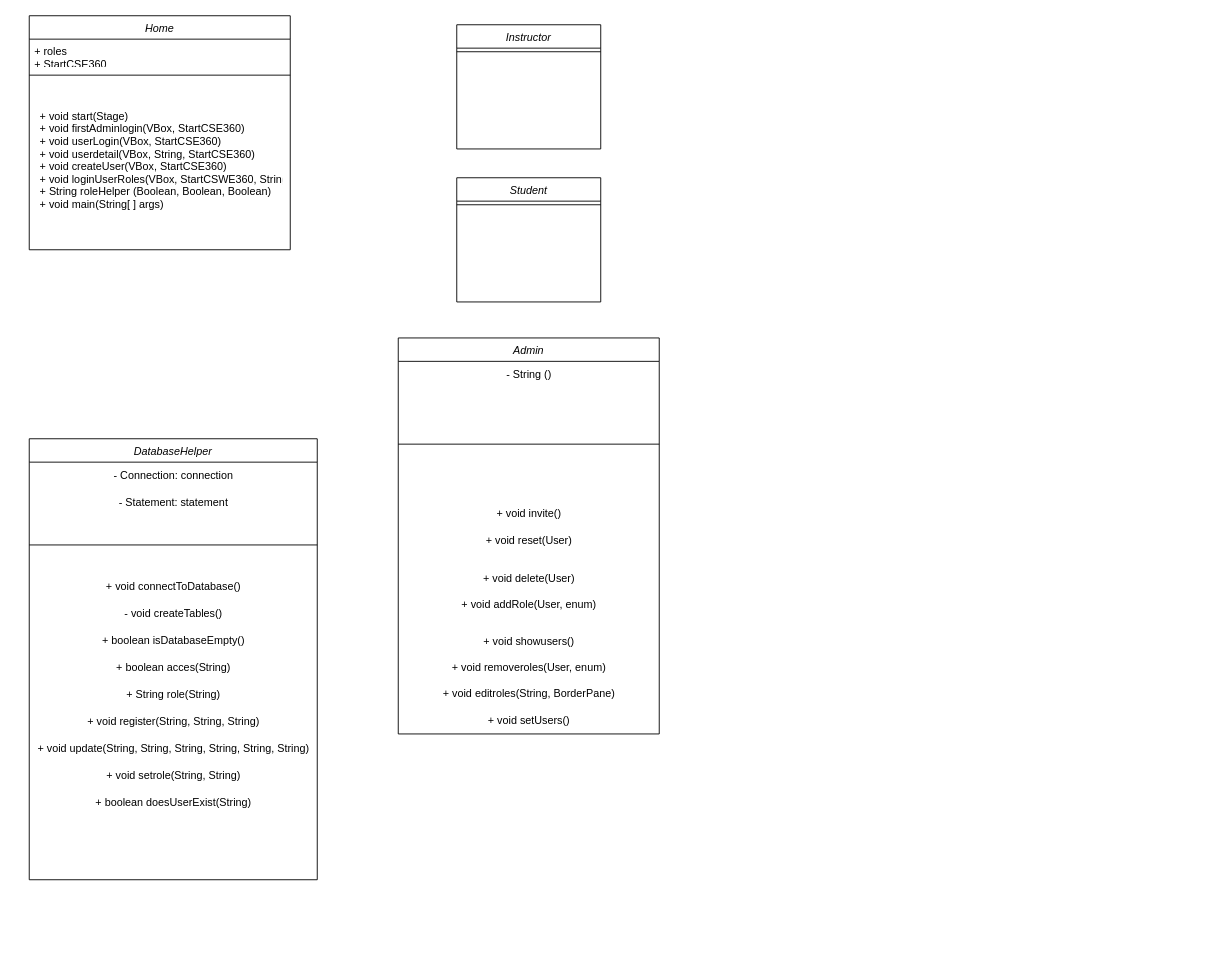
The draw.io diagram UML Diagram.drawio in mnevi/CSE360Project, before the edit. Source tidied: cells renumbered, new cells numbered last; positions are measured from the earlier drawing's top-left corner, leaving out a move shared by most shapes. Both pictures are drawn from the tidied source at 90%, with x=0, y=0 at pixel (29, 15).
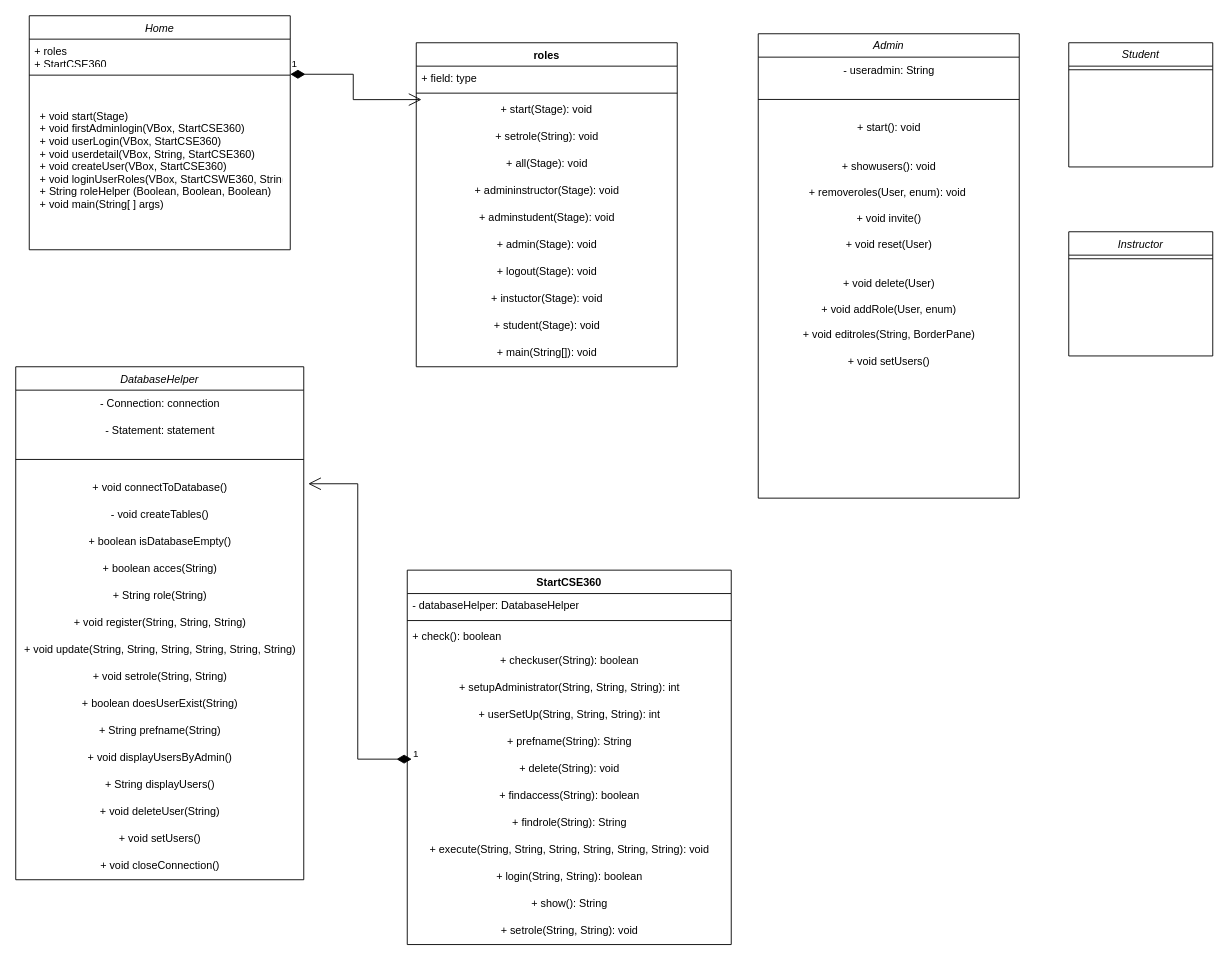
The same diagram, later.

The change refers to these unchanged cells:
```xml
<mxCell id="2" value="Home" style="swimlane;fontStyle=2;align=center;verticalAlign=top;horizontal=1;startSize=26;rounded=0;shadow=0;strokeWidth=1;spacingTop=0;" parent="1" vertex="1">
  <mxGeometry width="290" height="260" as="geometry" />
</mxCell>
```

What changed in the source:
```diff
@@
     <mxCell id="6" value="Student" style="swimlane;fontStyle=2;align=center;verticalAlign=top;horizontal=1;startSize=26;rounded=0;shadow=0;strokeWidth=1;" parent="1" vertex="1">
-      <mxGeometry x="475" y="180" width="160" height="138" as="geometry" />
+      <mxGeometry x="1155" y="30" width="160" height="138" as="geometry" />
     </mxCell>
@@
     <mxCell id="8" value="Instructor" style="swimlane;fontStyle=2;align=center;verticalAlign=top;horizontal=1;startSize=26;rounded=0;shadow=0;strokeWidth=1;" parent="1" vertex="1">
-      <mxGeometry x="475" y="10" width="160" height="138" as="geometry" />
+      <mxGeometry x="1155" y="240" width="160" height="138" as="geometry" />
     </mxCell>
@@
     <mxCell id="10" value="Admin" style="swimlane;fontStyle=2;align=center;verticalAlign=top;horizontal=1;startSize=26;rounded=0;shadow=0;strokeWidth=1;" parent="1" vertex="1">
-      <mxGeometry x="410" y="358" width="290" height="440" as="geometry" />
+      <mxGeometry x="810" y="20" width="290" height="516" as="geometry" />
     </mxCell>
-    <mxCell id="11" value="- String ()" style="text;html=1;align=center;verticalAlign=middle;strokeColor=none;fillColor=none;" parent="10" vertex="1">
+    <mxCell id="11" value="- useradmin: String" style="text;html=1;align=center;verticalAlign=middle;strokeColor=none;fillColor=none;" parent="10" vertex="1">
       <mxGeometry y="26" width="290" height="30" as="geometry" />
     </mxCell>
     <mxCell id="12" style="line;html=1;strokeWidth=1;align=left;verticalAlign=middle;spacingTop=-1;spacingLeft=3;spacingRight=3;labelPosition=right;" parent="10" vertex="1">
-      <mxGeometry y="56" width="290" height="124" as="geometry" />
+      <mxGeometry y="56" width="290" height="34" as="geometry" />
     </mxCell>
+    <mxCell id="31" value="+ start(): void" style="text;html=1;align=center;verticalAlign=middle;strokeColor=none;fillColor=none;" parent="10" vertex="1">
+      <mxGeometry y="90" width="290" height="30" as="geometry" />
+    </mxCell>
+    <mxCell id="15" value="&lt;div&gt;&lt;br&gt;&lt;/div&gt;&lt;div&gt;+ showusers(): void&lt;/div&gt;&lt;div&gt;&lt;br&gt;&lt;/div&gt;&lt;div&gt;+ removeroles(User, enum): void&amp;nbsp;&lt;br&gt;&lt;/div&gt;" style="text;html=1;align=center;verticalAlign=middle;strokeColor=none;fillColor=none;" parent="10" vertex="1">
+      <mxGeometry y="120" width="290" height="70" as="geometry" />
+    </mxCell>
     <mxCell id="13" value="&lt;div&gt;+ void invite()&lt;/div&gt;&lt;div&gt;&lt;br&gt;&lt;/div&gt;&lt;div&gt;+ void reset(User)&lt;br&gt;&lt;/div&gt;" style="text;html=1;align=center;verticalAlign=middle;strokeColor=none;fillColor=none;" parent="10" vertex="1">
-      <mxGeometry y="180" width="290" height="60" as="geometry" />
+      <mxGeometry y="190" width="290" height="60" as="geometry" />
     </mxCell>
     <mxCell id="14" value="&lt;div&gt;&lt;br&gt;&lt;/div&gt;&lt;div&gt;+ void delete(User)&lt;br&gt;&lt;/div&gt;&lt;div&gt;&lt;br&gt;&lt;/div&gt;&lt;div&gt;+ void addRole(User, enum)&lt;br&gt;&lt;/div&gt;" style="text;html=1;align=center;verticalAlign=middle;strokeColor=none;fillColor=none;" parent="10" vertex="1">
-      <mxGeometry y="240" width="290" height="70" as="geometry" />
+      <mxGeometry y="250" width="290" height="70" as="geometry" />
     </mxCell>
-    <mxCell id="15" value="&lt;div&gt;&lt;br&gt;&lt;/div&gt;&lt;div&gt;+ void showusers()&lt;/div&gt;&lt;div&gt;&lt;br&gt;&lt;/div&gt;&lt;div&gt;+ void removeroles(User, enum)&lt;br&gt;&lt;/div&gt;" style="text;html=1;align=center;verticalAlign=middle;strokeColor=none;fillColor=none;" parent="10" vertex="1">
-      <mxGeometry y="310" width="290" height="70" as="geometry" />
-    </mxCell>
     <mxCell id="16" value="+ void editroles(String, BorderPane)" style="text;html=1;align=center;verticalAlign=middle;strokeColor=none;fillColor=none;" parent="10" vertex="1">
-      <mxGeometry y="380" width="290" height="30" as="geometry" />
+      <mxGeometry y="320" width="290" height="30" as="geometry" />
     </mxCell>
     <mxCell id="17" value="+ void setUsers()" style="text;html=1;align=center;verticalAlign=middle;strokeColor=none;fillColor=none;" parent="10" vertex="1">
-      <mxGeometry y="410" width="290" height="30" as="geometry" />
+      <mxGeometry y="350" width="290" height="30" as="geometry" />
     </mxCell>
     <mxCell id="18" value="DatabaseHelper" style="swimlane;fontStyle=2;align=center;verticalAlign=top;horizontal=1;startSize=26;rounded=0;shadow=0;strokeWidth=1;" parent="1" vertex="1">
-      <mxGeometry y="470" width="320" height="490" as="geometry" />
+      <mxGeometry x="-15" y="390" width="320" height="570" as="geometry" />
     </mxCell>
@@
     <mxCell id="21" style="line;html=1;strokeWidth=1;align=left;verticalAlign=middle;spacingTop=-1;spacingLeft=3;spacingRight=3;labelPosition=right;" parent="18" vertex="1">
-      <mxGeometry y="86" width="320" height="64" as="geometry" />
+      <mxGeometry y="86" width="320" height="34" as="geometry" />
     </mxCell>
     <mxCell id="22" value="+ void connectToDatabase()" style="text;html=1;align=center;verticalAlign=middle;strokeColor=none;fillColor=none;" parent="18" vertex="1">
-      <mxGeometry y="150" width="320" height="30" as="geometry" />
+      <mxGeometry y="120" width="320" height="30" as="geometry" />
     </mxCell>
     <mxCell id="23" value="- void createTables()" style="text;html=1;align=center;verticalAlign=middle;strokeColor=none;fillColor=none;" parent="18" vertex="1">
-      <mxGeometry y="180" width="320" height="30" as="geometry" />
+      <mxGeometry y="150" width="320" height="30" as="geometry" />
     </mxCell>
     <mxCell id="24" value="+ boolean isDatabaseEmpty()" style="text;html=1;align=center;verticalAlign=middle;strokeColor=none;fillColor=none;" parent="18" vertex="1">
-      <mxGeometry y="210" width="320" height="30" as="geometry" />
+      <mxGeometry y="180" width="320" height="30" as="geometry" />
     </mxCell>
     <mxCell id="25" value="+ boolean acces(String)" style="text;html=1;align=center;verticalAlign=middle;strokeColor=none;fillColor=none;" parent="18" vertex="1">
-      <mxGeometry y="240" width="320" height="30" as="geometry" />
+      <mxGeometry y="210" width="320" height="30" as="geometry" />
     </mxCell>
     <mxCell id="26" value="+ String role(String)" style="text;html=1;align=center;verticalAlign=middle;strokeColor=none;fillColor=none;" parent="18" vertex="1">
-      <mxGeometry y="270" width="320" height="30" as="geometry" />
+      <mxGeometry y="240" width="320" height="30" as="geometry" />
     </mxCell>
     <mxCell id="27" value="+ void register(String, String, String)" style="text;html=1;align=center;verticalAlign=middle;strokeColor=none;fillColor=none;" parent="18" vertex="1">
-      <mxGeometry y="300" width="320" height="30" as="geometry" />
+      <mxGeometry y="270" width="320" height="30" as="geometry" />
     </mxCell>
     <mxCell id="28" value="+ void update(String, String, String, String, String, String)" style="text;html=1;align=center;verticalAlign=middle;strokeColor=none;fillColor=none;" parent="18" vertex="1">
-      <mxGeometry y="330" width="320" height="30" as="geometry" />
+      <mxGeometry y="300" width="320" height="30" as="geometry" />
     </mxCell>
     <mxCell id="29" value="+ void setrole(String, String)" style="text;html=1;align=center;verticalAlign=middle;strokeColor=none;fillColor=none;" parent="18" vertex="1">
-      <mxGeometry y="360" width="320" height="30" as="geometry" />
+      <mxGeometry y="330" width="320" height="30" as="geometry" />
     </mxCell>
     <mxCell id="30" value="+ boolean doesUserExist(String)" style="text;html=1;align=center;verticalAlign=middle;strokeColor=none;fillColor=none;" parent="18" vertex="1">
-      <mxGeometry y="390" width="320" height="30" as="geometry" />
+      <mxGeometry y="360" width="320" height="30" as="geometry" />
     </mxCell>
+    <mxCell id="32" value="+ String prefname(String)" style="text;html=1;align=center;verticalAlign=middle;strokeColor=none;fillColor=none;" parent="18" vertex="1">
+      <mxGeometry y="390" width="320" height="30" as="geometry" />
+    </mxCell>
+    <mxCell id="33" value="+ void displayUsersByAdmin()" style="text;html=1;align=center;verticalAlign=middle;strokeColor=none;fillColor=none;" parent="18" vertex="1">
+      <mxGeometry y="420" width="320" height="30" as="geometry" />
+    </mxCell>
+    <mxCell id="34" value="+ String displayUsers()" style="text;html=1;align=center;verticalAlign=middle;strokeColor=none;fillColor=none;" parent="18" vertex="1">
+      <mxGeometry y="450" width="320" height="30" as="geometry" />
+    </mxCell>
+    <mxCell id="35" value="+ void deleteUser(String)" style="text;html=1;align=center;verticalAlign=middle;strokeColor=none;fillColor=none;" parent="18" vertex="1">
+      <mxGeometry y="480" width="320" height="30" as="geometry" />
+    </mxCell>
+    <mxCell id="36" value="+ void setUsers()" style="text;html=1;align=center;verticalAlign=middle;strokeColor=none;fillColor=none;" parent="18" vertex="1">
+      <mxGeometry y="510" width="320" height="30" as="geometry" />
+    </mxCell>
+    <mxCell id="37" value="+ void closeConnection()" style="text;html=1;align=center;verticalAlign=middle;strokeColor=none;fillColor=none;" parent="18" vertex="1">
+      <mxGeometry y="540" width="320" height="30" as="geometry" />
+    </mxCell>
+    <mxCell id="38" value="roles" style="swimlane;fontStyle=1;align=center;verticalAlign=top;horizontal=1;startSize=26;whiteSpace=wrap;html=1;" parent="1" vertex="1">
+      <mxGeometry x="430" y="30" width="290" height="360" as="geometry" />
+    </mxCell>
+    <mxCell id="39" value="+ field: type" style="text;strokeColor=none;fillColor=none;align=left;verticalAlign=top;spacingLeft=4;spacingRight=4;overflow=hidden;whiteSpace=wrap;html=1;" parent="38" vertex="1">
+      <mxGeometry y="26" width="290" height="26" as="geometry" />
+    </mxCell>
+    <mxCell id="40" style="line;strokeWidth=1;fillColor=none;align=left;verticalAlign=middle;spacingTop=-1;spacingLeft=3;spacingRight=3;labelPosition=right;strokeColor=inherit;" parent="38" vertex="1">
+      <mxGeometry y="52" width="290" height="8" as="geometry" />
+    </mxCell>
+    <mxCell id="41" value="+ start(Stage): void" style="text;strokeColor=none;fillColor=none;align=center;verticalAlign=top;spacingLeft=4;spacingRight=4;overflow=hidden;points=[[0,0.5],[1,0.5]];portConstraint=eastwest;whiteSpace=wrap;html=1;" parent="38" vertex="1">
+      <mxGeometry y="60" width="290" height="30" as="geometry" />
+    </mxCell>
+    <mxCell id="42" value="+ setrole(String): void" style="text;html=1;align=center;verticalAlign=middle;strokeColor=none;fillColor=none;" parent="38" vertex="1">
+      <mxGeometry y="90" width="290" height="30" as="geometry" />
+    </mxCell>
+    <mxCell id="43" value="+ all(Stage): void" style="text;html=1;align=center;verticalAlign=middle;strokeColor=none;fillColor=none;" parent="38" vertex="1">
+      <mxGeometry y="120" width="290" height="30" as="geometry" />
+    </mxCell>
+    <mxCell id="44" value="+ admininstructor(Stage): void" style="text;html=1;align=center;verticalAlign=middle;strokeColor=none;fillColor=none;" parent="38" vertex="1">
+      <mxGeometry y="150" width="290" height="30" as="geometry" />
+    </mxCell>
+    <mxCell id="45" value="+ adminstudent(Stage): void" style="text;html=1;align=center;verticalAlign=middle;strokeColor=none;fillColor=none;" parent="38" vertex="1">
+      <mxGeometry y="180" width="290" height="30" as="geometry" />
+    </mxCell>
+    <mxCell id="46" value="+ admin(Stage): void" style="text;html=1;align=center;verticalAlign=middle;strokeColor=none;fillColor=none;" parent="38" vertex="1">
+      <mxGeometry y="210" width="290" height="30" as="geometry" />
+    </mxCell>
+    <mxCell id="47" value="+ logout(Stage): void" style="text;html=1;align=center;verticalAlign=middle;strokeColor=none;fillColor=none;" parent="38" vertex="1">
+      <mxGeometry y="240" width="290" height="30" as="geometry" />
+    </mxCell>
+    <mxCell id="48" value="+ instuctor(Stage): void" style="text;html=1;align=center;verticalAlign=middle;strokeColor=none;fillColor=none;" parent="38" vertex="1">
+      <mxGeometry y="270" width="290" height="30" as="geometry" />
+    </mxCell>
+    <mxCell id="49" value="+ student(Stage): void" style="text;html=1;align=center;verticalAlign=middle;strokeColor=none;fillColor=none;" parent="38" vertex="1">
+      <mxGeometry y="300" width="290" height="30" as="geometry" />
+    </mxCell>
+    <mxCell id="50" value="+ main(String[]): void" style="text;html=1;align=center;verticalAlign=middle;strokeColor=none;fillColor=none;" parent="38" vertex="1">
+      <mxGeometry y="330" width="290" height="30" as="geometry" />
+    </mxCell>
+    <mxCell id="51" value="StartCSE360" style="swimlane;fontStyle=1;align=center;verticalAlign=top;horizontal=1;startSize=26;whiteSpace=wrap;html=1;" parent="1" vertex="1">
+      <mxGeometry x="420" y="616" width="360" height="416" as="geometry" />
+    </mxCell>
+    <mxCell id="52" value="- databaseHelper: DatabaseHelper" style="text;strokeColor=none;fillColor=none;align=left;verticalAlign=top;spacingLeft=4;spacingRight=4;overflow=hidden;whiteSpace=wrap;html=1;" parent="51" vertex="1">
+      <mxGeometry y="26" width="360" height="26" as="geometry" />
+    </mxCell>
+    <mxCell id="53" style="line;strokeWidth=1;fillColor=none;align=left;verticalAlign=middle;spacingTop=-1;spacingLeft=3;spacingRight=3;labelPosition=right;strokeColor=inherit;" parent="51" vertex="1">
+      <mxGeometry y="52" width="360" height="8" as="geometry" />
+    </mxCell>
+    <mxCell id="54" value="+ check(): boolean" style="text;strokeColor=none;fillColor=none;align=left;verticalAlign=top;spacingLeft=4;spacingRight=4;overflow=hidden;whiteSpace=wrap;html=1;" parent="51" vertex="1">
+      <mxGeometry y="60" width="360" height="26" as="geometry" />
+    </mxCell>
+    <mxCell id="55" value="+ checkuser(String): boolean" style="text;html=1;align=center;verticalAlign=middle;strokeColor=none;fillColor=none;" parent="51" vertex="1">
+      <mxGeometry y="86" width="360" height="30" as="geometry" />
+    </mxCell>
+    <mxCell id="56" value="+ setupAdministrator(String, String, String): int" style="text;html=1;align=center;verticalAlign=middle;strokeColor=none;fillColor=none;" parent="51" vertex="1">
+      <mxGeometry y="116" width="360" height="30" as="geometry" />
+    </mxCell>
+    <mxCell id="57" value="+ userSetUp(String, String, String): int" style="text;html=1;align=center;verticalAlign=middle;strokeColor=none;fillColor=none;" parent="51" vertex="1">
+      <mxGeometry y="146" width="360" height="30" as="geometry" />
+    </mxCell>
+    <mxCell id="58" value="+ prefname(String): String" style="text;html=1;align=center;verticalAlign=middle;strokeColor=none;fillColor=none;" parent="51" vertex="1">
+      <mxGeometry y="176" width="360" height="30" as="geometry" />
+    </mxCell>
+    <mxCell id="59" value="1" style="endArrow=open;html=1;endSize=12;startArrow=diamondThin;startSize=14;startFill=1;edgeStyle=orthogonalEdgeStyle;align=left;verticalAlign=bottom;rounded=0;" parent="51" edge="1">
+      <mxGeometry x="-1" y="3" relative="1" as="geometry">
+        <mxPoint x="5" y="210" as="sourcePoint" />
+        <mxPoint x="-110" y="-96" as="targetPoint" />
+        <Array as="points">
+          <mxPoint x="-55" y="210" />
+          <mxPoint x="-55" y="-96" />
+        </Array>
+      </mxGeometry>
+    </mxCell>
+    <mxCell id="60" value="+ delete(String): void" style="text;html=1;align=center;verticalAlign=middle;strokeColor=none;fillColor=none;" parent="51" vertex="1">
+      <mxGeometry y="206" width="360" height="30" as="geometry" />
+    </mxCell>
+    <mxCell id="61" value="+ findaccess(String): boolean" style="text;html=1;align=center;verticalAlign=middle;strokeColor=none;fillColor=none;" parent="51" vertex="1">
+      <mxGeometry y="236" width="360" height="30" as="geometry" />
+    </mxCell>
+    <mxCell id="62" value="+ findrole(String): String" style="text;html=1;align=center;verticalAlign=middle;strokeColor=none;fillColor=none;" parent="51" vertex="1">
+      <mxGeometry y="266" width="360" height="30" as="geometry" />
+    </mxCell>
+    <mxCell id="63" value="+ execute(String, String, String, String, String, String): void" style="text;html=1;align=center;verticalAlign=middle;strokeColor=none;fillColor=none;" parent="51" vertex="1">
+      <mxGeometry y="296" width="360" height="30" as="geometry" />
+    </mxCell>
+    <mxCell id="64" value="+ login(String, String): boolean" style="text;html=1;align=center;verticalAlign=middle;strokeColor=none;fillColor=none;" parent="51" vertex="1">
+      <mxGeometry y="326" width="360" height="30" as="geometry" />
+    </mxCell>
+    <mxCell id="65" value="+ show(): String" style="text;html=1;align=center;verticalAlign=middle;strokeColor=none;fillColor=none;" parent="51" vertex="1">
+      <mxGeometry y="356" width="360" height="30" as="geometry" />
+    </mxCell>
+    <mxCell id="66" value="+ setrole(String, String): void" style="text;html=1;align=center;verticalAlign=middle;strokeColor=none;fillColor=none;" parent="51" vertex="1">
+      <mxGeometry y="386" width="360" height="30" as="geometry" />
+    </mxCell>
+    <mxCell id="67" value="1" style="endArrow=open;html=1;endSize=12;startArrow=diamondThin;startSize=14;startFill=1;edgeStyle=orthogonalEdgeStyle;align=left;verticalAlign=bottom;rounded=0;entryX=0.02;entryY=0.105;entryDx=0;entryDy=0;entryPerimeter=0;exitX=1;exitY=0.25;exitDx=0;exitDy=0;" parent="1" edge="1" source="2" target="41">
+      <mxGeometry x="-1" y="3" relative="1" as="geometry" />
+    </mxCell>
```
